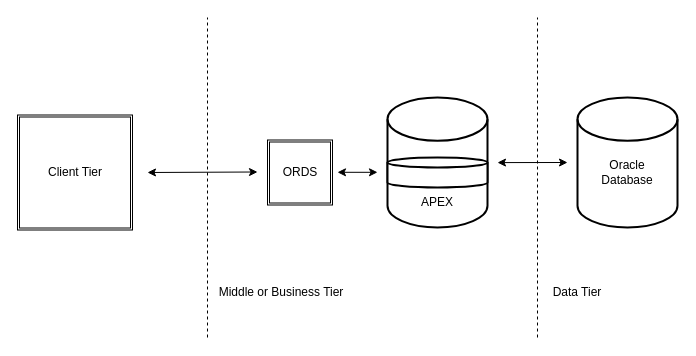
banthitamakjeen/git-workshop keeps this draw.io diagram as ทดสอบ.drawio. Above is the earlier version. Source tidied: cells renumbered, new cells numbered last; positions are measured from the earlier drawing's top-left corner, leaving out a move shared by most shapes. Both pictures are drawn from the tidied source at 100%, with x=0, y=0 at pixel (17, 17).
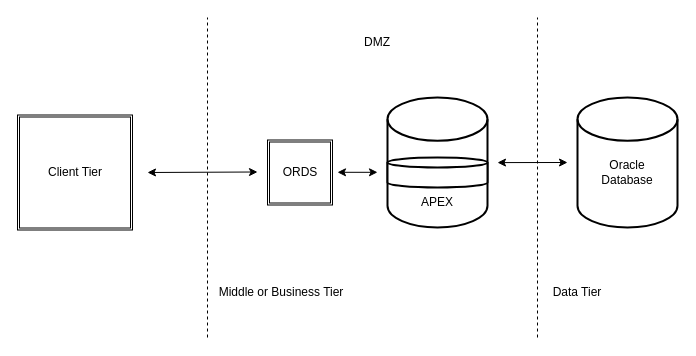
After the change.

The edit, as a diff of the source:
```diff
@@
+    <mxCell id="18" value="DMZ" style="text;html=1;align=center;verticalAlign=middle;whiteSpace=wrap;rounded=0;" parent="1" vertex="1">
+      <mxGeometry x="290" y="10" width="140" height="30" as="geometry" />
+    </mxCell>
```
